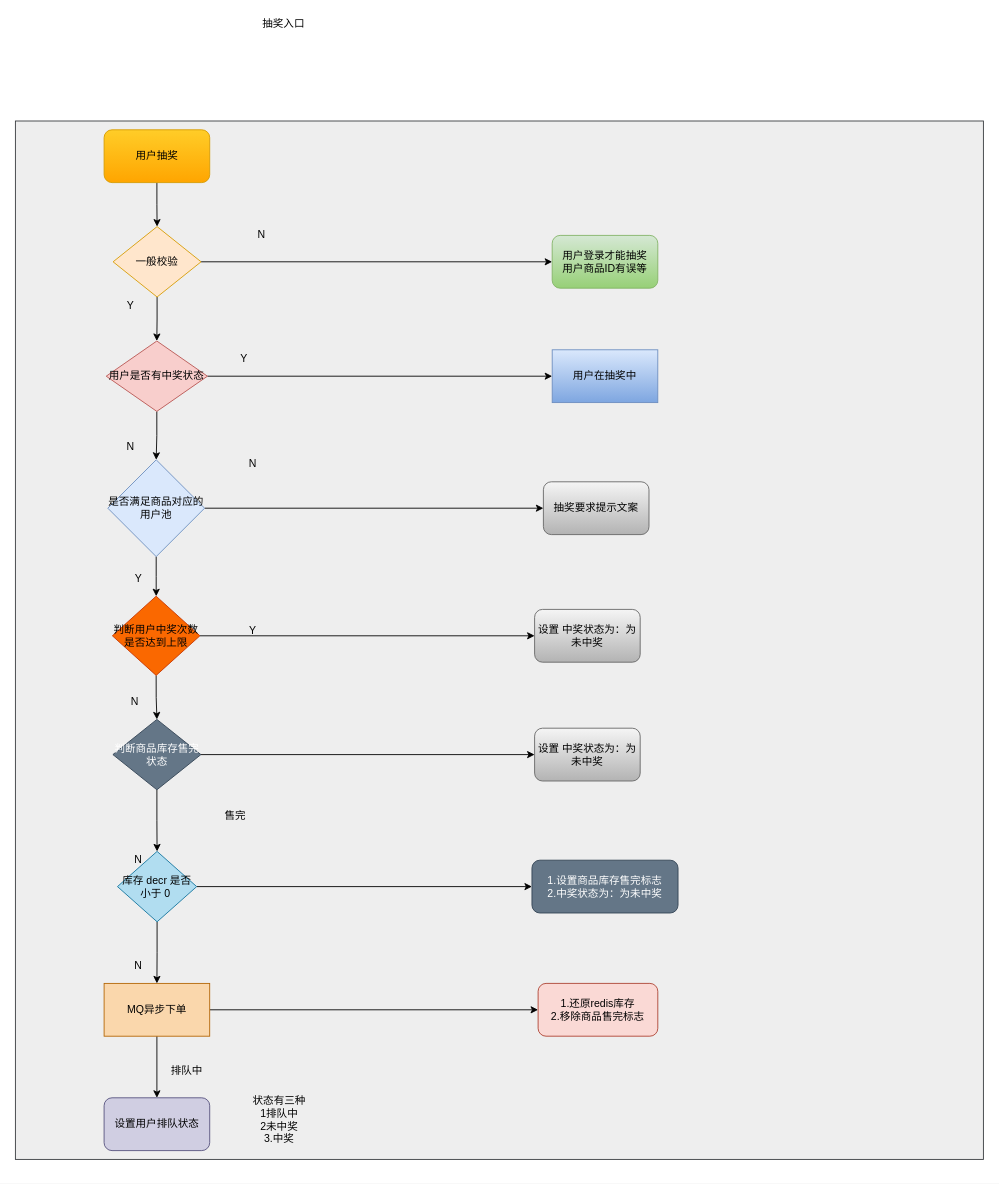
This is web/Untitled Diagram.drawio from czc-beijing/lottery, a draw.io file, before an edit. Source tidied: cells renumbered, new cells numbered last; positions are measured from the earlier drawing's top-left corner, leaving out a move shared by most shapes. Both pictures are drawn from the tidied source at 88%, with x=0, y=0 at pixel (15, 15).
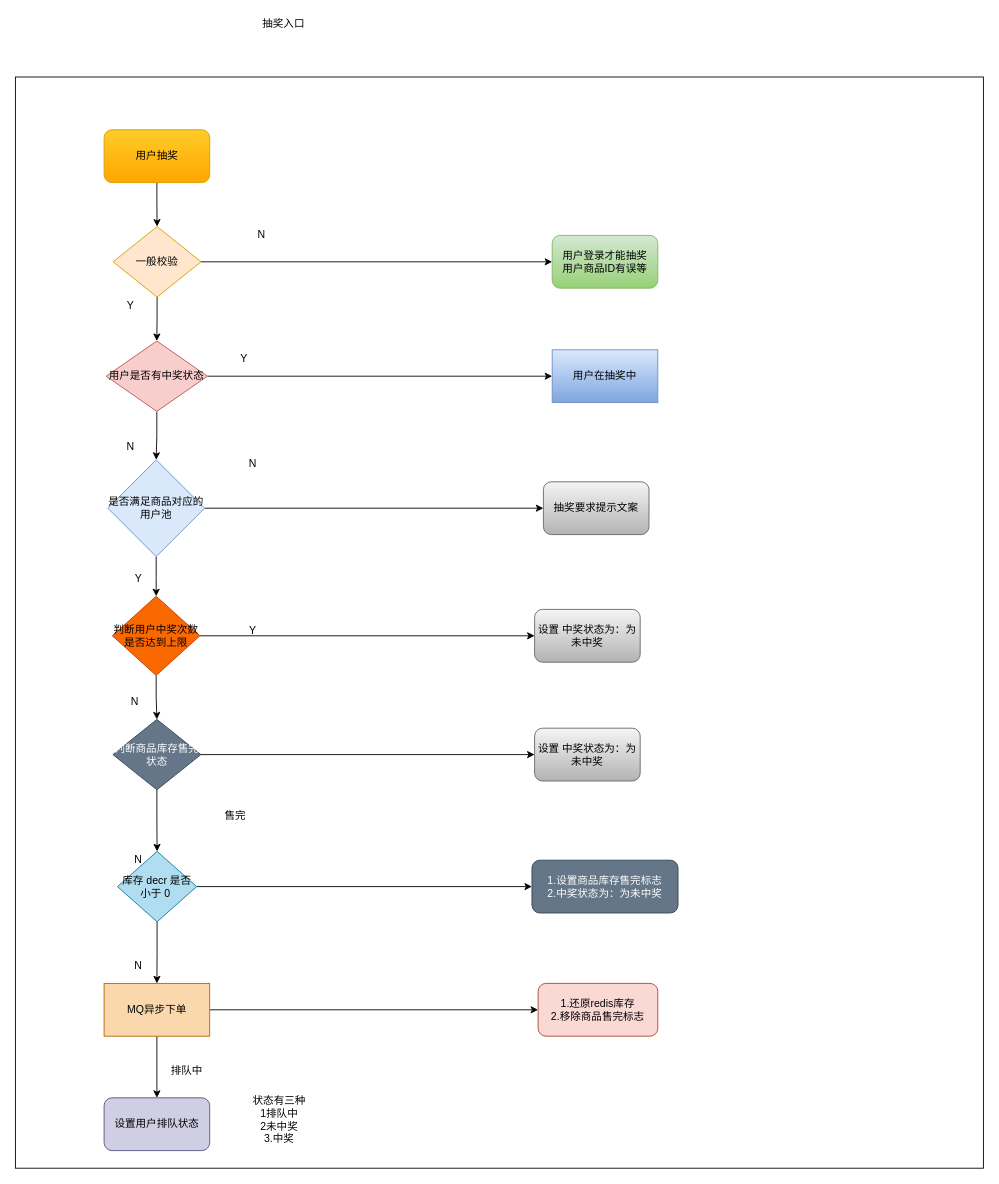
The same diagram, later.

Change to the diagram source:
```diff
@@
-    <mxCell id="2" style="rounded=0;whiteSpace=wrap;html=1;fillColor=#eeeeee;strokeColor=#36393d;" parent="1" vertex="1">
-      <mxGeometry y="120" width="1100" height="1180" as="geometry" />
+    <mxCell id="2" style="rounded=0;whiteSpace=wrap;html=1;" parent="1" vertex="1">
+      <mxGeometry y="70" width="1100" height="1240" as="geometry" />
     </mxCell>
```
